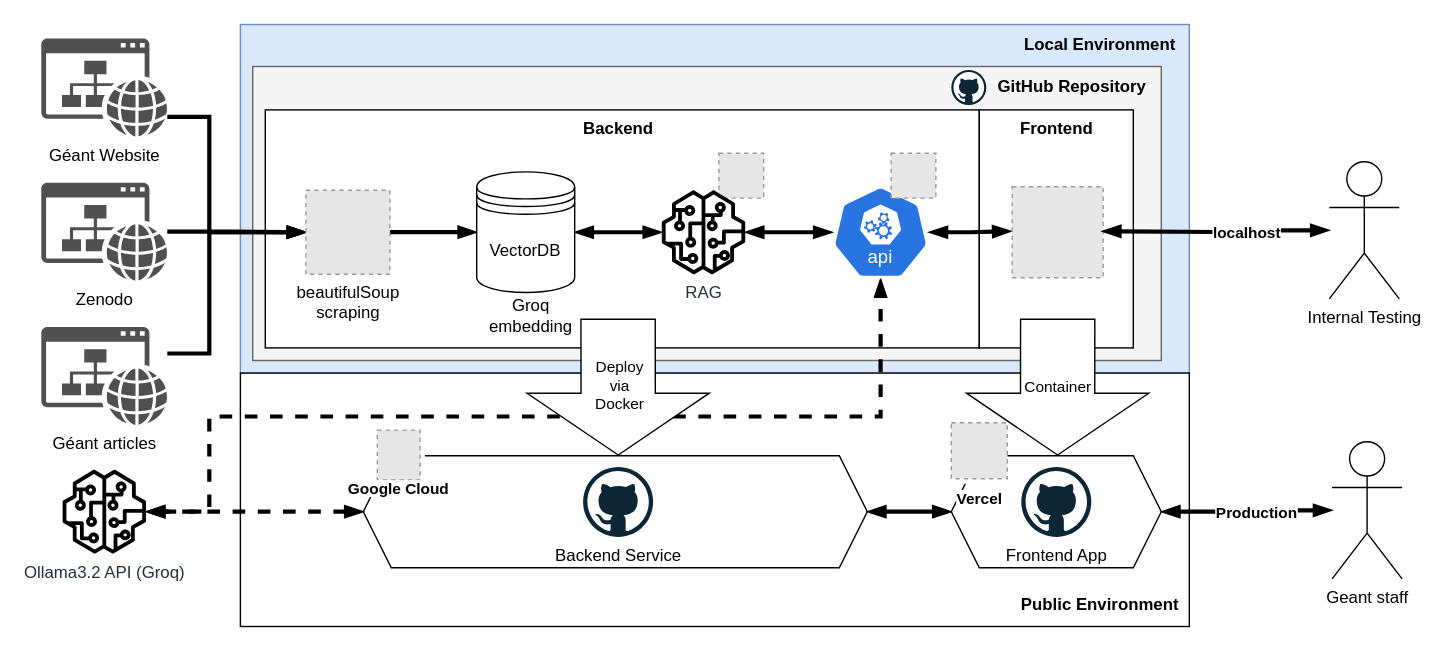
maxiwilke/geant-rag keeps this draw.io diagram as assets/architecture.drawio. Above is the earlier version. Source tidied: cells renumbered, new cells numbered last; positions are measured from the earlier drawing's top-left corner, leaving out a move shared by most shapes. Both pictures are drawn from the tidied source at 140%, with x=0, y=0 at pixel (41, 24). Pictures stored in the file or linked from it are replaced by grey dashed boxes.
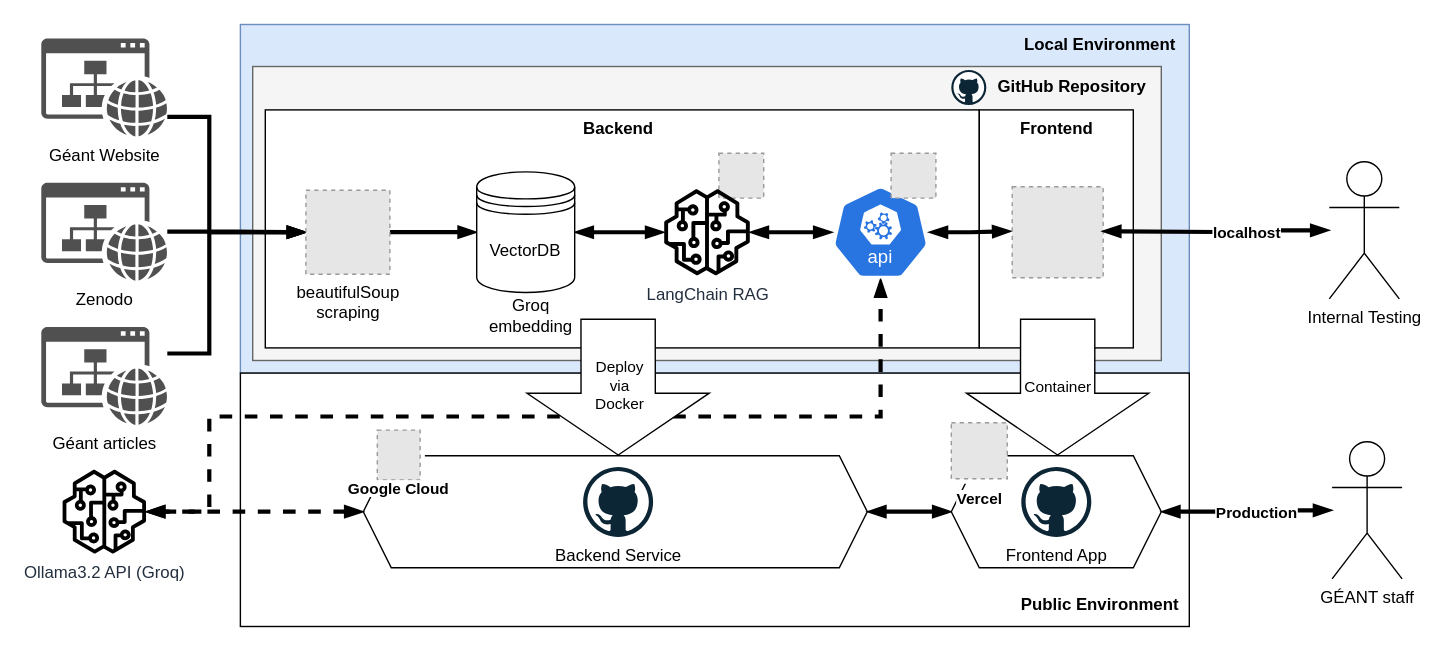
Above is the later version.

The edit, as a diff of the source:
```diff
@@
-    <mxCell id="5" value="Geant staff" style="shape=umlActor;verticalLabelPosition=bottom;verticalAlign=top;html=1;outlineConnect=0;fontStyle=0;" parent="1" vertex="1">
+    <mxCell id="5" value="GÉANT staff" style="shape=umlActor;verticalLabelPosition=bottom;verticalAlign=top;html=1;outlineConnect=0;fontStyle=0;" parent="1" vertex="1">
       <mxGeometry x="922" y="298" width="50" height="98" as="geometry" />
     </mxCell>
@@
-    <mxCell id="46" value="&lt;span&gt;RAG&lt;/span&gt;" style="sketch=0;outlineConnect=0;fontColor=light-dark(#232F3E,#000000);gradientColor=none;fillColor=light-dark(#000000,#000000);strokeColor=none;dashed=0;verticalLabelPosition=bottom;verticalAlign=top;align=center;html=1;fontSize=12;fontStyle=0;shape=mxgraph.aws4.sagemaker_model;strokeWidth=0;fontFamily=Helvetica;labelBackgroundColor=light-dark(#FFFFFF,#FFFFFF);horizontal=1;labelBorderColor=none;textShadow=0;fillStyle=solid;" parent="1" vertex="1">
-      <mxGeometry x="443" y="118.4" width="60" height="60" as="geometry" />
+    <mxCell id="46" value="&lt;span&gt;LangChain RAG&lt;/span&gt;" style="sketch=0;outlineConnect=0;fontColor=light-dark(#232F3E,#000000);gradientColor=none;fillColor=light-dark(#000000,#000000);strokeColor=none;dashed=0;verticalLabelPosition=bottom;verticalAlign=top;align=center;html=1;fontSize=12;fontStyle=0;shape=mxgraph.aws4.sagemaker_model;strokeWidth=0;fontFamily=Helvetica;labelBackgroundColor=light-dark(#FFFFFF,#FFFFFF);horizontal=1;labelBorderColor=none;textShadow=0;fillStyle=solid;" parent="1" vertex="1">
+      <mxGeometry x="444.7" y="117.6" width="61.6" height="61.6" as="geometry" />
     </mxCell>
```
